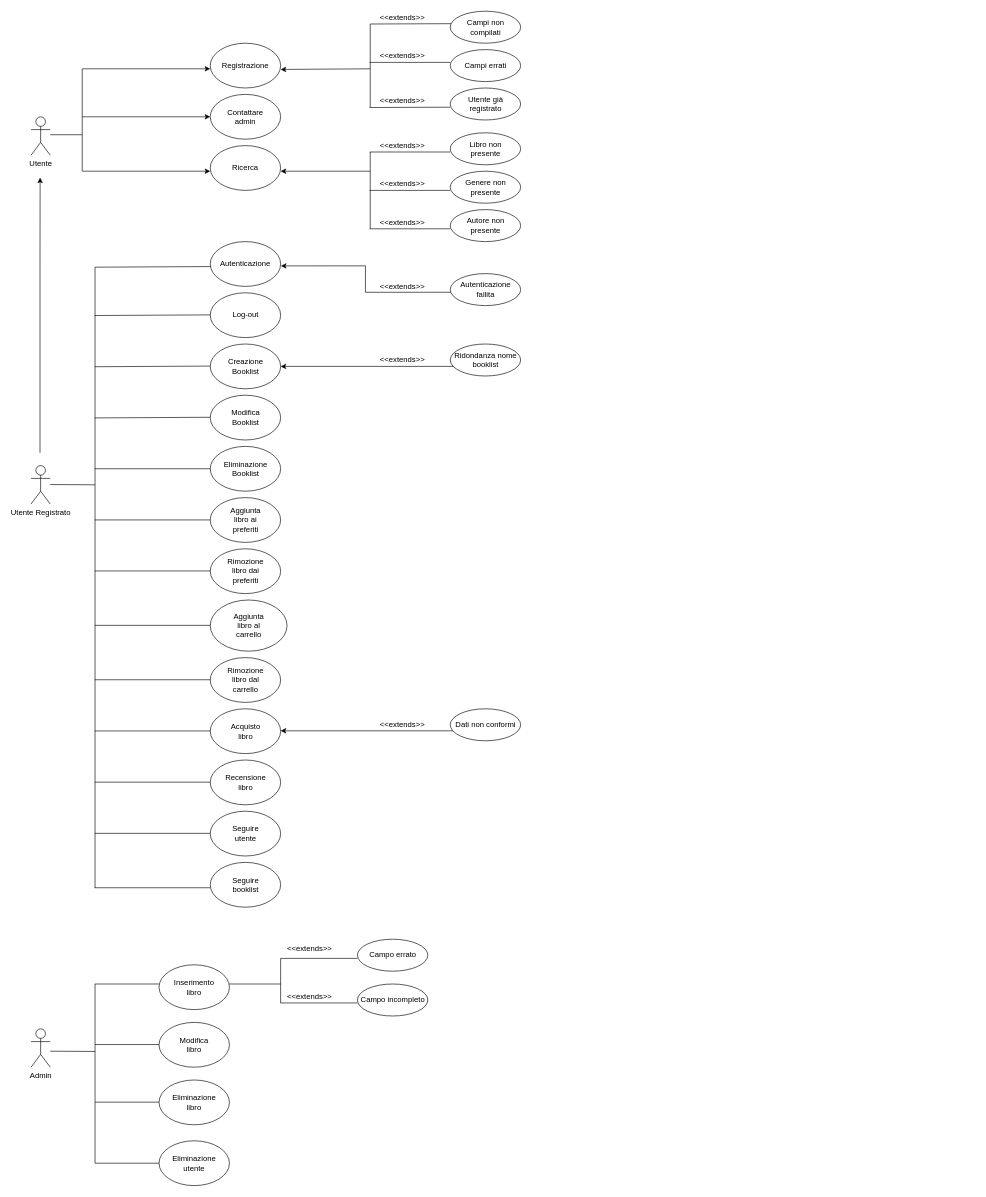
Before: Documenti/RAD/modello_funzionale/use_case_diagram.drawio in AleBarbados/NewSocialBookRepo, a draw.io diagram. Source tidied: cells renumbered, new cells numbered last; positions are measured from the earlier drawing's top-left corner, leaving out a move shared by most shapes. Both pictures are drawn from the tidied source at 64%, with x=0, y=0 at pixel (31, 11).
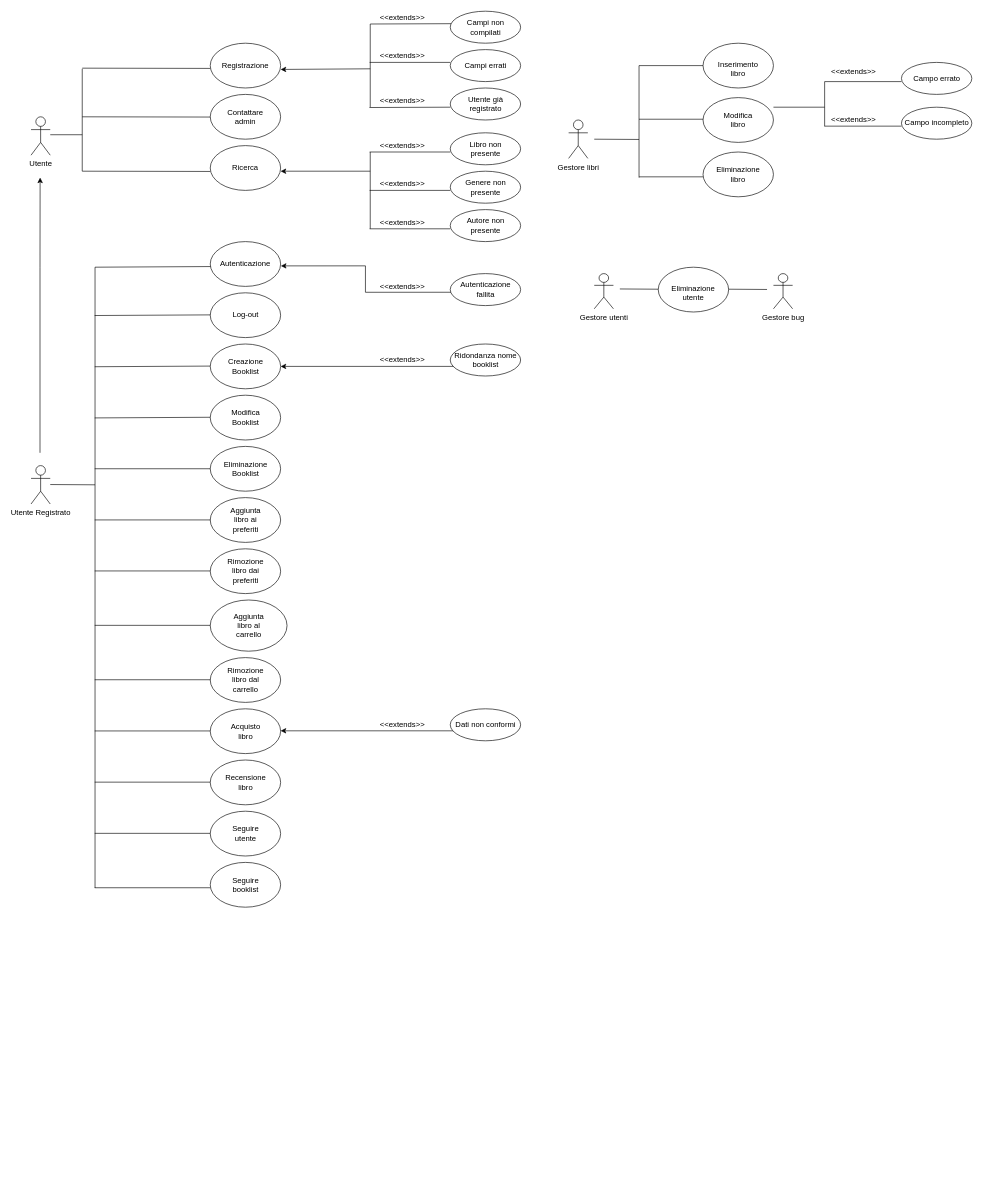
After the change.

Commit message (it also covers changes not shown here):
modifica ai sequence/class/use case diagram

Change to the diagram source:
```diff
@@
-    <mxCell id="2" style="edgeStyle=orthogonalEdgeStyle;rounded=0;orthogonalLoop=1;jettySize=auto;html=1;" parent="1" edge="1">
-      <mxGeometry relative="1" as="geometry">
-        <mxPoint x="80" y="250" as="sourcePoint" />
-        <mxPoint x="280" y="90" as="targetPoint" />
-        <Array as="points">
-          <mxPoint x="80" y="90" />
-        </Array>
-      </mxGeometry>
-    </mxCell>
@@
-    <mxCell id="14" style="endArrow=classic;html=1;" parent="1" edge="1">
-      <mxGeometry relative="1" as="geometry">
-        <mxPoint x="80" y="165" as="sourcePoint" />
-        <mxPoint x="280" y="165" as="targetPoint" />
-      </mxGeometry>
-    </mxCell>
@@
-    <mxCell id="20" style="endArrow=classic;html=1;" parent="1" edge="1">
-      <mxGeometry relative="1" as="geometry">
-        <mxPoint x="80" y="250" as="sourcePoint" />
-        <mxPoint x="280" y="250" as="targetPoint" />
-      </mxGeometry>
-    </mxCell>
@@
-    <mxCell id="98" value="Admin" style="shape=umlActor;verticalLabelPosition=bottom;verticalAlign=top;html=1;" parent="1" vertex="1">
-      <mxGeometry y="1590" width="30" height="60" as="geometry" />
-    </mxCell>
-    <mxCell id="99" style="endArrow=none;html=1;" parent="1" edge="1">
-      <mxGeometry relative="1" as="geometry">
-        <mxPoint x="30" y="1625" as="sourcePoint" />
-        <mxPoint x="100" y="1625.4" as="targetPoint" />
-      </mxGeometry>
-    </mxCell>
-    <mxCell id="100" style="ellipse;whiteSpace=wrap;html=1;" parent="1" vertex="1">
-      <mxGeometry x="200" y="1490" width="110" height="70" as="geometry" />
-    </mxCell>
-    <mxCell id="101" style="ellipse;whiteSpace=wrap;html=1;" parent="1" vertex="1">
-      <mxGeometry x="200" y="1580" width="110" height="70" as="geometry" />
-    </mxCell>
-    <mxCell id="102" style="ellipse;whiteSpace=wrap;html=1;" parent="1" vertex="1">
-      <mxGeometry x="200" y="1670" width="110" height="70" as="geometry" />
-    </mxCell>
-    <mxCell id="103" style="ellipse;whiteSpace=wrap;html=1;" parent="1" vertex="1">
-      <mxGeometry x="200" y="1765" width="110" height="70" as="geometry" />
-    </mxCell>
+    <mxCell id="123" value="Gestore libri" style="shape=umlActor;verticalLabelPosition=bottom;verticalAlign=top;html=1;" parent="1" vertex="1">
+      <mxGeometry x="840" y="170" width="30" height="60" as="geometry" />
+    </mxCell>
+    <mxCell id="124" style="endArrow=none;html=1;" parent="1" edge="1">
+      <mxGeometry relative="1" as="geometry">
+        <mxPoint x="880" y="200" as="sourcePoint" />
+        <mxPoint x="950" y="200.4" as="targetPoint" />
+      </mxGeometry>
+    </mxCell>
+    <mxCell id="125" style="ellipse;whiteSpace=wrap;html=1;" parent="1" vertex="1">
+      <mxGeometry x="1050" y="50" width="110" height="70" as="geometry" />
+    </mxCell>
+    <mxCell id="126" style="ellipse;whiteSpace=wrap;html=1;" parent="1" vertex="1">
+      <mxGeometry x="1050" y="135" width="110" height="70" as="geometry" />
+    </mxCell>
+    <mxCell id="127" style="ellipse;whiteSpace=wrap;html=1;" parent="1" vertex="1">
+      <mxGeometry x="1050" y="220" width="110" height="70" as="geometry" />
+    </mxCell>
+    <mxCell id="128" style="ellipse;whiteSpace=wrap;html=1;" parent="1" vertex="1">
+      <mxGeometry x="980" y="400" width="110" height="70" as="geometry" />
+    </mxCell>
     <mxCell id="104" value="Inserimento libro" style="text;html=1;strokeColor=none;fillColor=none;align=center;verticalAlign=middle;whiteSpace=wrap;rounded=0;" parent="1" vertex="1">
-      <mxGeometry x="235" y="1515" width="40" height="20" as="geometry" />
+      <mxGeometry x="1085" y="80" width="40" height="20" as="geometry" />
     </mxCell>
     <mxCell id="105" value="Modifica libro" style="text;html=1;strokeColor=none;fillColor=none;align=center;verticalAlign=middle;whiteSpace=wrap;rounded=0;" parent="1" vertex="1">
-      <mxGeometry x="235" y="1605" width="40" height="20" as="geometry" />
+      <mxGeometry x="1085" y="160" width="40" height="20" as="geometry" />
     </mxCell>
     <mxCell id="106" value="Eliminazione libro" style="text;html=1;strokeColor=none;fillColor=none;align=center;verticalAlign=middle;whiteSpace=wrap;rounded=0;" parent="1" vertex="1">
-      <mxGeometry x="235" y="1695" width="40" height="20" as="geometry" />
+      <mxGeometry x="1085" y="245" width="40" height="20" as="geometry" />
     </mxCell>
     <mxCell id="107" value="Eliminazione utente" style="text;html=1;strokeColor=none;fillColor=none;align=center;verticalAlign=middle;whiteSpace=wrap;rounded=0;" parent="1" vertex="1">
-      <mxGeometry x="235" y="1790" width="40" height="20" as="geometry" />
+      <mxGeometry x="1015" y="430" width="40" height="20" as="geometry" />
     </mxCell>
-    <mxCell id="108" style="endArrow=none;html=1;" parent="1" edge="1">
-      <mxGeometry relative="1" as="geometry">
-        <mxPoint x="100" y="1800" as="sourcePoint" />
-        <mxPoint x="100" y="1520" as="targetPoint" />
-      </mxGeometry>
-    </mxCell>
-    <mxCell id="109" style="endArrow=none;html=1;" parent="1" edge="1">
-      <mxGeometry relative="1" as="geometry">
-        <mxPoint x="100" y="1520" as="sourcePoint" />
-        <mxPoint x="200" y="1520" as="targetPoint" />
-      </mxGeometry>
-    </mxCell>
-    <mxCell id="110" style="endArrow=none;html=1;" parent="1" edge="1">
-      <mxGeometry relative="1" as="geometry">
-        <mxPoint x="100" y="1614.6" as="sourcePoint" />
-        <mxPoint x="200" y="1614.6" as="targetPoint" />
-      </mxGeometry>
-    </mxCell>
-    <mxCell id="111" style="endArrow=none;html=1;" parent="1" edge="1">
-      <mxGeometry relative="1" as="geometry">
-        <mxPoint x="100" y="1704.6" as="sourcePoint" />
-        <mxPoint x="200" y="1704.6" as="targetPoint" />
-      </mxGeometry>
-    </mxCell>
-    <mxCell id="112" style="endArrow=none;html=1;" parent="1" edge="1">
-      <mxGeometry relative="1" as="geometry">
-        <mxPoint x="100" y="1800" as="sourcePoint" />
-        <mxPoint x="200" y="1800" as="targetPoint" />
-      </mxGeometry>
-    </mxCell>
-    <mxCell id="113" style="endArrow=none;html=1;" parent="1" edge="1">
-      <mxGeometry relative="1" as="geometry">
-        <mxPoint x="310" y="1520" as="sourcePoint" />
-        <mxPoint x="390" y="1520" as="targetPoint" />
-      </mxGeometry>
-    </mxCell>
-    <mxCell id="114" style="endArrow=none;html=1;" parent="1" edge="1">
-      <mxGeometry relative="1" as="geometry">
-        <mxPoint x="390" y="1480" as="sourcePoint" />
-        <mxPoint x="390" y="1550" as="targetPoint" />
-      </mxGeometry>
-    </mxCell>
-    <mxCell id="115" style="endArrow=none;html=1;" parent="1" edge="1">
-      <mxGeometry relative="1" as="geometry">
-        <mxPoint x="390" y="1480" as="sourcePoint" />
-        <mxPoint x="510" y="1480" as="targetPoint" />
-      </mxGeometry>
-    </mxCell>
-    <mxCell id="116" style="endArrow=none;html=1;" parent="1" edge="1">
-      <mxGeometry relative="1" as="geometry">
-        <mxPoint x="390" y="1549.6" as="sourcePoint" />
-        <mxPoint x="510" y="1549.6" as="targetPoint" />
-      </mxGeometry>
-    </mxCell>
-    <mxCell id="117" value="&amp;lt;&amp;lt;extends&amp;gt;&amp;gt;" style="text;html=1;align=center;verticalAlign=middle;" parent="1" vertex="1">
-      <mxGeometry x="390" y="1530" width="90" height="20" as="geometry" />
-    </mxCell>
-    <mxCell id="118" style="ellipse;whiteSpace=wrap;html=1;verticalAlign=top;" parent="1" vertex="1">
-      <mxGeometry x="510" y="1520" width="110" height="50" as="geometry" />
-    </mxCell>
+    <mxCell id="129" style="endArrow=none;html=1;" parent="1" edge="1">
+      <mxGeometry relative="1" as="geometry">
+        <mxPoint x="950" y="260" as="sourcePoint" />
+        <mxPoint x="950" y="85" as="targetPoint" />
+      </mxGeometry>
+    </mxCell>
+    <mxCell id="130" style="endArrow=none;html=1;" parent="1" edge="1">
+      <mxGeometry relative="1" as="geometry">
+        <mxPoint x="950" y="85" as="sourcePoint" />
+        <mxPoint x="1050" y="85" as="targetPoint" />
+      </mxGeometry>
+    </mxCell>
+    <mxCell id="131" style="endArrow=none;html=1;" parent="1" edge="1">
+      <mxGeometry relative="1" as="geometry">
+        <mxPoint x="950" y="168.8" as="sourcePoint" />
+        <mxPoint x="1050" y="168.8" as="targetPoint" />
+      </mxGeometry>
+    </mxCell>
+    <mxCell id="132" style="endArrow=none;html=1;" parent="1" edge="1">
+      <mxGeometry relative="1" as="geometry">
+        <mxPoint x="950" y="258.8" as="sourcePoint" />
+        <mxPoint x="1050" y="258.8" as="targetPoint" />
+      </mxGeometry>
+    </mxCell>
+    <mxCell id="133" style="endArrow=none;html=1;" parent="1" edge="1">
+      <mxGeometry relative="1" as="geometry">
+        <mxPoint x="920" y="434" as="sourcePoint" />
+        <mxPoint x="980" y="434.4" as="targetPoint" />
+      </mxGeometry>
+    </mxCell>
+    <mxCell id="134" style="endArrow=none;html=1;" parent="1" edge="1">
+      <mxGeometry relative="1" as="geometry">
+        <mxPoint x="1160" y="150" as="sourcePoint" />
+        <mxPoint x="1240" y="150" as="targetPoint" />
+      </mxGeometry>
+    </mxCell>
+    <mxCell id="135" style="endArrow=none;html=1;" parent="1" edge="1">
+      <mxGeometry relative="1" as="geometry">
+        <mxPoint x="1240" y="110" as="sourcePoint" />
+        <mxPoint x="1240" y="180" as="targetPoint" />
+      </mxGeometry>
+    </mxCell>
+    <mxCell id="136" style="endArrow=none;html=1;" parent="1" edge="1">
+      <mxGeometry relative="1" as="geometry">
+        <mxPoint x="1240" y="110" as="sourcePoint" />
+        <mxPoint x="1360" y="110" as="targetPoint" />
+      </mxGeometry>
+    </mxCell>
+    <mxCell id="137" style="endArrow=none;html=1;" parent="1" edge="1">
+      <mxGeometry relative="1" as="geometry">
+        <mxPoint x="1240" y="179.6" as="sourcePoint" />
+        <mxPoint x="1360" y="179.6" as="targetPoint" />
+      </mxGeometry>
+    </mxCell>
+    <mxCell id="138" value="&amp;lt;&amp;lt;extends&amp;gt;&amp;gt;" style="text;html=1;align=center;verticalAlign=middle;" parent="1" vertex="1">
+      <mxGeometry x="1240" y="160" width="90" height="20" as="geometry" />
+    </mxCell>
+    <mxCell id="139" style="ellipse;whiteSpace=wrap;html=1;verticalAlign=top;" parent="1" vertex="1">
+      <mxGeometry x="1360" y="150" width="110" height="50" as="geometry" />
+    </mxCell>
     <mxCell id="119" value="Campo incompleto" style="text;html=1;align=center;verticalAlign=middle;" parent="1" vertex="1">
-      <mxGeometry x="505" y="1535" width="120" height="20" as="geometry" />
+      <mxGeometry x="1355" y="165" width="120" height="20" as="geometry" />
     </mxCell>
-    <mxCell id="120" value="&amp;lt;&amp;lt;extends&amp;gt;&amp;gt;" style="text;html=1;align=center;verticalAlign=middle;" parent="1" vertex="1">
-      <mxGeometry x="390" y="1455" width="90" height="20" as="geometry" />
-    </mxCell>
-    <mxCell id="121" style="ellipse;whiteSpace=wrap;html=1;verticalAlign=top;" parent="1" vertex="1">
-      <mxGeometry x="510" y="1450" width="110" height="50" as="geometry" />
-    </mxCell>
+    <mxCell id="140" value="&amp;lt;&amp;lt;extends&amp;gt;&amp;gt;" style="text;html=1;align=center;verticalAlign=middle;" parent="1" vertex="1">
+      <mxGeometry x="1240" y="85" width="90" height="20" as="geometry" />
+    </mxCell>
+    <mxCell id="141" style="ellipse;whiteSpace=wrap;html=1;verticalAlign=top;" parent="1" vertex="1">
+      <mxGeometry x="1360" y="80" width="110" height="50" as="geometry" />
+    </mxCell>
     <mxCell id="122" value="Campo errato" style="text;html=1;align=center;verticalAlign=middle;" parent="1" vertex="1">
-      <mxGeometry x="520" y="1465" width="90" height="20" as="geometry" />
+      <mxGeometry x="1370" y="95" width="90" height="20" as="geometry" />
     </mxCell>
+    <mxCell id="142" style="endArrow=none;html=1;" parent="1" edge="1">
+      <mxGeometry relative="1" as="geometry">
+        <mxPoint x="80" y="250" as="sourcePoint" />
+        <mxPoint x="80" y="90" as="targetPoint" />
+      </mxGeometry>
+    </mxCell>
+    <mxCell id="143" style="endArrow=none;html=1;" parent="1" edge="1">
+      <mxGeometry relative="1" as="geometry">
+        <mxPoint x="80" y="89" as="sourcePoint" />
+        <mxPoint x="280" y="89.4" as="targetPoint" />
+      </mxGeometry>
+    </mxCell>
+    <mxCell id="144" style="endArrow=none;html=1;" parent="1" edge="1">
+      <mxGeometry relative="1" as="geometry">
+        <mxPoint x="80" y="165" as="sourcePoint" />
+        <mxPoint x="280" y="165.4" as="targetPoint" />
+      </mxGeometry>
+    </mxCell>
+    <mxCell id="145" style="endArrow=none;html=1;" parent="1" edge="1">
+      <mxGeometry relative="1" as="geometry">
+        <mxPoint x="80" y="250" as="sourcePoint" />
+        <mxPoint x="280" y="250.4" as="targetPoint" />
+      </mxGeometry>
+    </mxCell>
+    <mxCell id="146" value="Gestore utenti" style="shape=umlActor;verticalLabelPosition=bottom;verticalAlign=top;html=1;" parent="1" vertex="1">
+      <mxGeometry x="880" y="410" width="30" height="55" as="geometry" />
+    </mxCell>
+    <mxCell id="147" style="endArrow=none;html=1;" parent="1" edge="1">
+      <mxGeometry relative="1" as="geometry">
+        <mxPoint x="1090" y="434.4" as="sourcePoint" />
+        <mxPoint x="1150" y="434.8" as="targetPoint" />
+      </mxGeometry>
+    </mxCell>
+    <mxCell id="148" value="Gestore bug" style="shape=umlActor;verticalLabelPosition=bottom;verticalAlign=top;html=1;" parent="1" vertex="1">
+      <mxGeometry x="1160" y="410" width="30" height="55" as="geometry" />
+    </mxCell>
```
